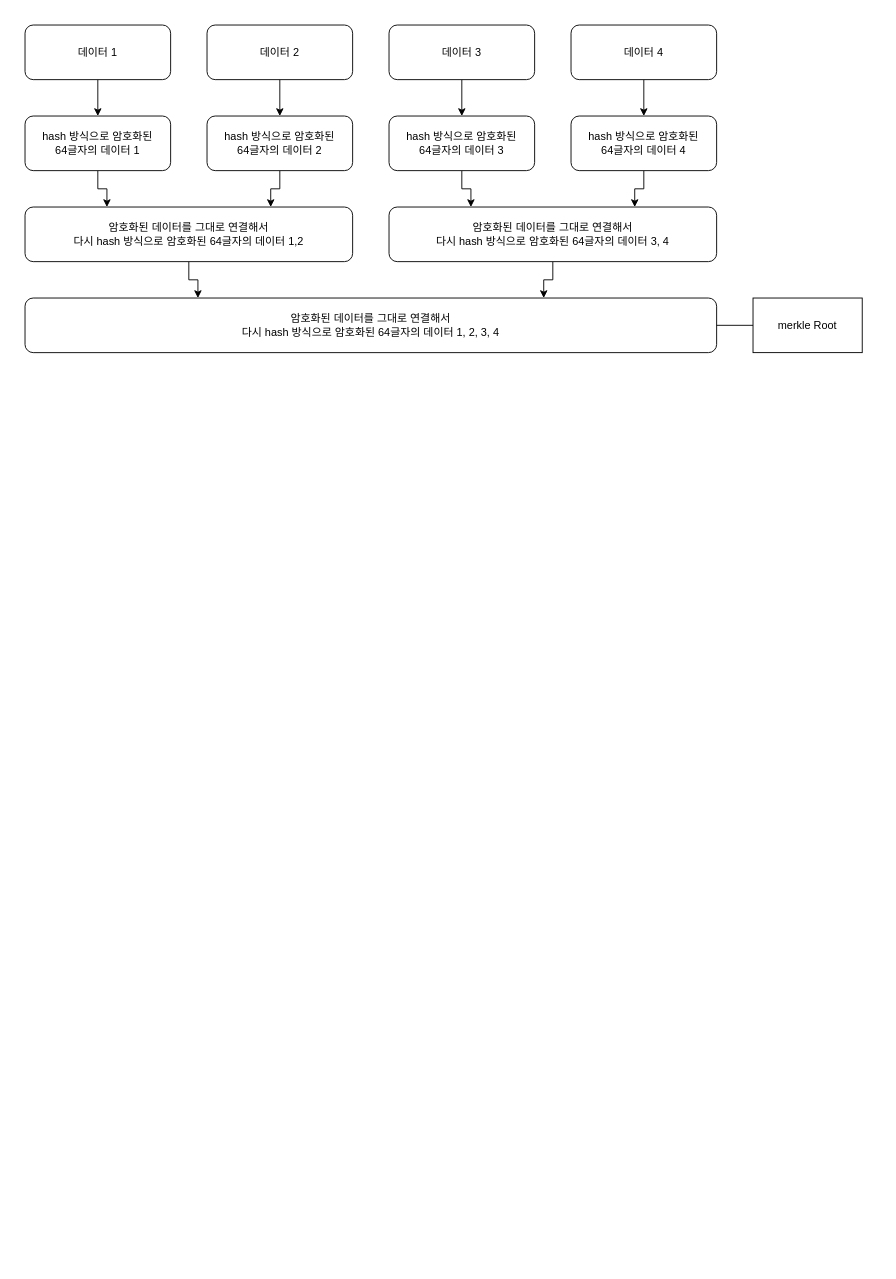
KyungHoonJ/blockchain7 keeps this draw.io diagram as New.No.058/merkle/merkle.drawio. Above is the earlier version. Source tidied: cells renumbered, new cells numbered last; positions are measured from the earlier drawing's top-left corner, leaving out a move shared by most shapes. Both pictures are drawn from the tidied source at 91%, with x=0, y=0 at pixel (25, 25).
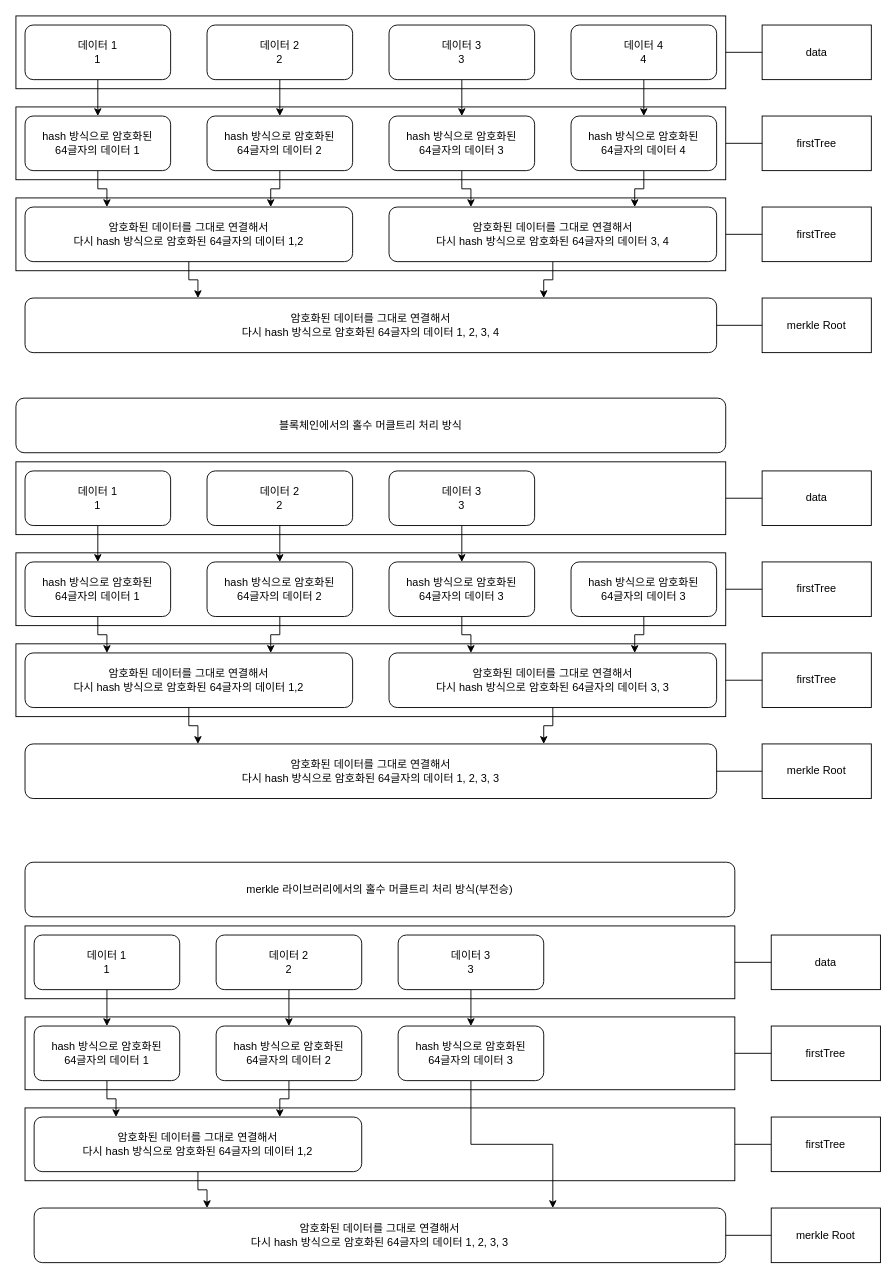
The same diagram, later.

Commit message (it also covers changes not shown here):
58일차 추가, merkle,jest

Diff of the diagram source:
```diff
@@
+    <mxCell id="25" style="rounded=0;whiteSpace=wrap;html=1;" parent="1" vertex="1">
+      <mxGeometry x="-10" y="190" width="780" height="80" as="geometry" />
+    </mxCell>
+    <mxCell id="26" style="rounded=0;whiteSpace=wrap;html=1;" parent="1" vertex="1">
+      <mxGeometry x="-10" y="90" width="780" height="80" as="geometry" />
+    </mxCell>
+    <mxCell id="27" style="rounded=0;whiteSpace=wrap;html=1;" parent="1" vertex="1">
+      <mxGeometry x="-10" y="-10" width="780" height="80" as="geometry" />
+    </mxCell>
@@
-    <mxCell id="3" value="데이터 1" style="rounded=1;whiteSpace=wrap;html=1;" parent="1" vertex="1">
+    <mxCell id="3" value="데이터 1&lt;br&gt;1" style="rounded=1;whiteSpace=wrap;html=1;" parent="1" vertex="1">
       <mxGeometry width="160" height="60" as="geometry" />
     </mxCell>
@@
-    <mxCell id="7" value="데이터 2" style="rounded=1;whiteSpace=wrap;html=1;" parent="1" vertex="1">
+    <mxCell id="7" value="데이터 2&lt;br&gt;2" style="rounded=1;whiteSpace=wrap;html=1;" parent="1" vertex="1">
       <mxGeometry x="200" width="160" height="60" as="geometry" />
     </mxCell>
@@
-    <mxCell id="13" value="데이터 3" style="rounded=1;whiteSpace=wrap;html=1;" parent="1" vertex="1">
+    <mxCell id="13" value="데이터 3&lt;br&gt;3" style="rounded=1;whiteSpace=wrap;html=1;" parent="1" vertex="1">
       <mxGeometry x="400" width="160" height="60" as="geometry" />
     </mxCell>
@@
-    <mxCell id="17" value="데이터 4" style="rounded=1;whiteSpace=wrap;html=1;" parent="1" vertex="1">
+    <mxCell id="17" value="데이터 4&lt;br&gt;4" style="rounded=1;whiteSpace=wrap;html=1;" parent="1" vertex="1">
       <mxGeometry x="600" width="160" height="60" as="geometry" />
     </mxCell>
@@
     <mxCell id="23" value="merkle Root" style="rounded=0;whiteSpace=wrap;html=1;" parent="1" vertex="1">
-      <mxGeometry x="800" y="300" width="120" height="60" as="geometry" />
+      <mxGeometry x="810" y="300" width="120" height="60" as="geometry" />
     </mxCell>
@@
+    <mxCell id="28" value="data" style="rounded=0;whiteSpace=wrap;html=1;" parent="1" vertex="1">
+      <mxGeometry x="810" width="120" height="60" as="geometry" />
+    </mxCell>
+    <mxCell id="29" style="endArrow=none;html=1;rounded=0;entryX=0;entryY=0.5;entryDx=0;entryDy=0;exitX=1;exitY=0.5;exitDx=0;exitDy=0;" parent="1" edge="1" source="27" target="28">
+      <mxGeometry relative="1" as="geometry" />
+    </mxCell>
+    <mxCell id="30" value="firstTree" style="rounded=0;whiteSpace=wrap;html=1;" parent="1" vertex="1">
+      <mxGeometry x="810" y="100" width="120" height="60" as="geometry" />
+    </mxCell>
+    <mxCell id="31" style="endArrow=none;html=1;rounded=0;entryX=0;entryY=0.5;entryDx=0;entryDy=0;exitX=1;exitY=0.5;exitDx=0;exitDy=0;" parent="1" edge="1" source="26" target="30">
+      <mxGeometry relative="1" as="geometry" />
+    </mxCell>
+    <mxCell id="32" value="firstTree" style="rounded=0;whiteSpace=wrap;html=1;" parent="1" vertex="1">
+      <mxGeometry x="810" y="200" width="120" height="60" as="geometry" />
+    </mxCell>
+    <mxCell id="33" style="endArrow=none;html=1;rounded=0;entryX=0;entryY=0.5;entryDx=0;entryDy=0;exitX=1;exitY=0.5;exitDx=0;exitDy=0;" parent="1" edge="1" source="25" target="32">
+      <mxGeometry relative="1" as="geometry" />
+    </mxCell>
+    <mxCell id="34" style="rounded=0;whiteSpace=wrap;html=1;" parent="1" vertex="1">
+      <mxGeometry x="-10" y="680" width="780" height="80" as="geometry" />
+    </mxCell>
+    <mxCell id="35" style="rounded=0;whiteSpace=wrap;html=1;" parent="1" vertex="1">
+      <mxGeometry x="-10" y="580" width="780" height="80" as="geometry" />
+    </mxCell>
+    <mxCell id="36" style="rounded=0;whiteSpace=wrap;html=1;" parent="1" vertex="1">
+      <mxGeometry x="-10" y="480" width="780" height="80" as="geometry" />
+    </mxCell>
+    <mxCell id="37" style="edgeStyle=orthogonalEdgeStyle;rounded=0;jettySize=auto;html=1;exitX=0.5;exitY=1;exitDx=0;exitDy=0;entryX=0.5;entryY=0;entryDx=0;entryDy=0;" parent="1" edge="1" source="38" target="40">
+      <mxGeometry relative="1" as="geometry" />
+    </mxCell>
+    <mxCell id="38" value="데이터 1&lt;br&gt;1" style="rounded=1;whiteSpace=wrap;html=1;" parent="1" vertex="1">
+      <mxGeometry y="490" width="160" height="60" as="geometry" />
+    </mxCell>
+    <mxCell id="39" style="edgeStyle=orthogonalEdgeStyle;rounded=0;jettySize=auto;html=1;exitX=0.5;exitY=1;exitDx=0;exitDy=0;entryX=0.25;entryY=0;entryDx=0;entryDy=0;" parent="1" edge="1" source="40" target="46">
+      <mxGeometry relative="1" as="geometry" />
+    </mxCell>
+    <mxCell id="40" value="hash 방식으로 암호화된&lt;br&gt;64글자의 데이터 1" style="rounded=1;whiteSpace=wrap;html=1;" parent="1" vertex="1">
+      <mxGeometry y="590" width="160" height="60" as="geometry" />
+    </mxCell>
+    <mxCell id="41" style="edgeStyle=orthogonalEdgeStyle;rounded=0;jettySize=auto;html=1;exitX=0.5;exitY=1;exitDx=0;exitDy=0;entryX=0.5;entryY=0;entryDx=0;entryDy=0;" parent="1" edge="1" source="42" target="44">
+      <mxGeometry relative="1" as="geometry" />
+    </mxCell>
+    <mxCell id="42" value="데이터 2&lt;br&gt;2" style="rounded=1;whiteSpace=wrap;html=1;" parent="1" vertex="1">
+      <mxGeometry x="200" y="490" width="160" height="60" as="geometry" />
+    </mxCell>
+    <mxCell id="43" style="edgeStyle=orthogonalEdgeStyle;rounded=0;jettySize=auto;html=1;exitX=0.5;exitY=1;exitDx=0;exitDy=0;entryX=0.75;entryY=0;entryDx=0;entryDy=0;" parent="1" edge="1" source="44" target="46">
+      <mxGeometry relative="1" as="geometry" />
+    </mxCell>
+    <mxCell id="44" value="hash 방식으로 암호화된&lt;br&gt;64글자의 데이터 2" style="rounded=1;whiteSpace=wrap;html=1;" parent="1" vertex="1">
+      <mxGeometry x="200" y="590" width="160" height="60" as="geometry" />
+    </mxCell>
+    <mxCell id="45" style="edgeStyle=orthogonalEdgeStyle;rounded=0;jettySize=auto;html=1;exitX=0.5;exitY=1;exitDx=0;exitDy=0;entryX=0.25;entryY=0;entryDx=0;entryDy=0;" parent="1" edge="1" source="46" target="51">
+      <mxGeometry relative="1" as="geometry" />
+    </mxCell>
+    <mxCell id="46" value="암호화된 데이터를 그대로 연결해서&lt;br&gt;다시 hash 방식으로 암호화된 64글자의 데이터 1,2" style="rounded=1;whiteSpace=wrap;html=1;" parent="1" vertex="1">
+      <mxGeometry y="690" width="360" height="60" as="geometry" />
+    </mxCell>
+    <mxCell id="47" style="edgeStyle=orthogonalEdgeStyle;rounded=0;jettySize=auto;html=1;exitX=0.5;exitY=1;exitDx=0;exitDy=0;entryX=0.5;entryY=0;entryDx=0;entryDy=0;" parent="1" edge="1" source="48" target="50">
+      <mxGeometry relative="1" as="geometry" />
+    </mxCell>
+    <mxCell id="48" value="데이터 3&lt;br&gt;3" style="rounded=1;whiteSpace=wrap;html=1;" parent="1" vertex="1">
+      <mxGeometry x="400" y="490" width="160" height="60" as="geometry" />
+    </mxCell>
+    <mxCell id="49" style="edgeStyle=orthogonalEdgeStyle;rounded=0;jettySize=auto;html=1;exitX=0.5;exitY=1;exitDx=0;exitDy=0;entryX=0.25;entryY=0;entryDx=0;entryDy=0;" parent="1" edge="1" source="50" target="63">
+      <mxGeometry relative="1" as="geometry" />
+    </mxCell>
+    <mxCell id="50" value="hash 방식으로 암호화된&lt;br&gt;64글자의 데이터 3" style="rounded=1;whiteSpace=wrap;html=1;" parent="1" vertex="1">
+      <mxGeometry x="400" y="590" width="160" height="60" as="geometry" />
+    </mxCell>
+    <mxCell id="51" value="암호화된 데이터를 그대로 연결해서&lt;br&gt;다시 hash 방식으로 암호화된 64글자의 데이터 1, 2, 3, 3" style="rounded=1;whiteSpace=wrap;html=1;" parent="1" vertex="1">
+      <mxGeometry y="790" width="760" height="60" as="geometry" />
+    </mxCell>
+    <mxCell id="52" value="merkle Root" style="rounded=0;whiteSpace=wrap;html=1;" parent="1" vertex="1">
+      <mxGeometry x="810" y="790" width="120" height="60" as="geometry" />
+    </mxCell>
+    <mxCell id="53" style="endArrow=none;html=1;rounded=0;entryX=0;entryY=0.5;entryDx=0;entryDy=0;exitX=1;exitY=0.5;exitDx=0;exitDy=0;" parent="1" edge="1" source="51" target="52">
+      <mxGeometry relative="1" as="geometry" />
+    </mxCell>
+    <mxCell id="54" value="data" style="rounded=0;whiteSpace=wrap;html=1;" parent="1" vertex="1">
+      <mxGeometry x="810" y="490" width="120" height="60" as="geometry" />
+    </mxCell>
+    <mxCell id="55" style="endArrow=none;html=1;rounded=0;entryX=0;entryY=0.5;entryDx=0;entryDy=0;exitX=1;exitY=0.5;exitDx=0;exitDy=0;" parent="1" edge="1" source="36" target="54">
+      <mxGeometry relative="1" as="geometry" />
+    </mxCell>
+    <mxCell id="56" value="firstTree" style="rounded=0;whiteSpace=wrap;html=1;" parent="1" vertex="1">
+      <mxGeometry x="810" y="590" width="120" height="60" as="geometry" />
+    </mxCell>
+    <mxCell id="57" style="endArrow=none;html=1;rounded=0;entryX=0;entryY=0.5;entryDx=0;entryDy=0;exitX=1;exitY=0.5;exitDx=0;exitDy=0;" parent="1" edge="1" source="35" target="56">
+      <mxGeometry relative="1" as="geometry" />
+    </mxCell>
+    <mxCell id="58" value="firstTree" style="rounded=0;whiteSpace=wrap;html=1;" parent="1" vertex="1">
+      <mxGeometry x="810" y="690" width="120" height="60" as="geometry" />
+    </mxCell>
+    <mxCell id="59" style="endArrow=none;html=1;rounded=0;entryX=0;entryY=0.5;entryDx=0;entryDy=0;exitX=1;exitY=0.5;exitDx=0;exitDy=0;" parent="1" edge="1" source="34" target="58">
+      <mxGeometry relative="1" as="geometry" />
+    </mxCell>
+    <mxCell id="60" style="edgeStyle=orthogonalEdgeStyle;rounded=0;jettySize=auto;html=1;exitX=0.5;exitY=1;exitDx=0;exitDy=0;entryX=0.75;entryY=0;entryDx=0;entryDy=0;" parent="1" edge="1" source="61" target="63">
+      <mxGeometry relative="1" as="geometry" />
+    </mxCell>
+    <mxCell id="61" value="hash 방식으로 암호화된&lt;br&gt;64글자의 데이터 3" style="rounded=1;whiteSpace=wrap;html=1;" parent="1" vertex="1">
+      <mxGeometry x="600" y="590" width="160" height="60" as="geometry" />
+    </mxCell>
+    <mxCell id="62" style="edgeStyle=orthogonalEdgeStyle;rounded=0;jettySize=auto;html=1;exitX=0.5;exitY=1;exitDx=0;exitDy=0;entryX=0.75;entryY=0;entryDx=0;entryDy=0;" parent="1" edge="1" source="63" target="51">
+      <mxGeometry relative="1" as="geometry" />
+    </mxCell>
+    <mxCell id="63" value="암호화된 데이터를 그대로 연결해서&lt;br&gt;다시 hash 방식으로 암호화된 64글자의 데이터 3, 3" style="rounded=1;whiteSpace=wrap;html=1;" parent="1" vertex="1">
+      <mxGeometry x="400" y="690" width="360" height="60" as="geometry" />
+    </mxCell>
+    <mxCell id="64" value="블록체인에서의 홀수 머클트리 처리 방식" style="rounded=1;whiteSpace=wrap;html=1;" parent="1" vertex="1">
+      <mxGeometry x="-10" y="410" width="780" height="60" as="geometry" />
+    </mxCell>
+    <mxCell id="65" style="rounded=0;whiteSpace=wrap;html=1;" parent="1" vertex="1">
+      <mxGeometry y="1190" width="780" height="80" as="geometry" />
+    </mxCell>
+    <mxCell id="66" style="rounded=0;whiteSpace=wrap;html=1;" parent="1" vertex="1">
+      <mxGeometry y="1090" width="780" height="80" as="geometry" />
+    </mxCell>
+    <mxCell id="67" style="rounded=0;whiteSpace=wrap;html=1;" parent="1" vertex="1">
+      <mxGeometry y="990" width="780" height="80" as="geometry" />
+    </mxCell>
+    <mxCell id="68" style="edgeStyle=orthogonalEdgeStyle;rounded=0;jettySize=auto;html=1;exitX=0.5;exitY=1;exitDx=0;exitDy=0;entryX=0.5;entryY=0;entryDx=0;entryDy=0;" parent="1" edge="1" source="69" target="71">
+      <mxGeometry relative="1" as="geometry" />
+    </mxCell>
+    <mxCell id="69" value="데이터 1&lt;br&gt;1" style="rounded=1;whiteSpace=wrap;html=1;" parent="1" vertex="1">
+      <mxGeometry x="10" y="1000" width="160" height="60" as="geometry" />
+    </mxCell>
+    <mxCell id="70" style="edgeStyle=orthogonalEdgeStyle;rounded=0;jettySize=auto;html=1;exitX=0.5;exitY=1;exitDx=0;exitDy=0;entryX=0.25;entryY=0;entryDx=0;entryDy=0;" parent="1" edge="1" source="71" target="77">
+      <mxGeometry relative="1" as="geometry" />
+    </mxCell>
+    <mxCell id="71" value="hash 방식으로 암호화된&lt;br&gt;64글자의 데이터 1" style="rounded=1;whiteSpace=wrap;html=1;" parent="1" vertex="1">
+      <mxGeometry x="10" y="1100" width="160" height="60" as="geometry" />
+    </mxCell>
+    <mxCell id="72" style="edgeStyle=orthogonalEdgeStyle;rounded=0;jettySize=auto;html=1;exitX=0.5;exitY=1;exitDx=0;exitDy=0;entryX=0.5;entryY=0;entryDx=0;entryDy=0;" parent="1" edge="1" source="73" target="75">
+      <mxGeometry relative="1" as="geometry" />
+    </mxCell>
+    <mxCell id="73" value="데이터 2&lt;br&gt;2" style="rounded=1;whiteSpace=wrap;html=1;" parent="1" vertex="1">
+      <mxGeometry x="210" y="1000" width="160" height="60" as="geometry" />
+    </mxCell>
+    <mxCell id="74" style="edgeStyle=orthogonalEdgeStyle;rounded=0;jettySize=auto;html=1;exitX=0.5;exitY=1;exitDx=0;exitDy=0;entryX=0.75;entryY=0;entryDx=0;entryDy=0;" parent="1" edge="1" source="75" target="77">
+      <mxGeometry relative="1" as="geometry" />
+    </mxCell>
+    <mxCell id="75" value="hash 방식으로 암호화된&lt;br&gt;64글자의 데이터 2" style="rounded=1;whiteSpace=wrap;html=1;" parent="1" vertex="1">
+      <mxGeometry x="210" y="1100" width="160" height="60" as="geometry" />
+    </mxCell>
+    <mxCell id="76" style="edgeStyle=orthogonalEdgeStyle;rounded=0;jettySize=auto;html=1;exitX=0.5;exitY=1;exitDx=0;exitDy=0;entryX=0.25;entryY=0;entryDx=0;entryDy=0;" parent="1" edge="1" source="77" target="82">
+      <mxGeometry relative="1" as="geometry" />
+    </mxCell>
+    <mxCell id="77" value="암호화된 데이터를 그대로 연결해서&lt;br&gt;다시 hash 방식으로 암호화된 64글자의 데이터 1,2" style="rounded=1;whiteSpace=wrap;html=1;" parent="1" vertex="1">
+      <mxGeometry x="10" y="1200" width="360" height="60" as="geometry" />
+    </mxCell>
+    <mxCell id="78" style="edgeStyle=orthogonalEdgeStyle;rounded=0;jettySize=auto;html=1;exitX=0.5;exitY=1;exitDx=0;exitDy=0;entryX=0.5;entryY=0;entryDx=0;entryDy=0;" parent="1" edge="1" source="79" target="81">
+      <mxGeometry relative="1" as="geometry" />
+    </mxCell>
+    <mxCell id="79" value="데이터 3&lt;br&gt;3" style="rounded=1;whiteSpace=wrap;html=1;" parent="1" vertex="1">
+      <mxGeometry x="410" y="1000" width="160" height="60" as="geometry" />
+    </mxCell>
+    <mxCell id="80" style="edgeStyle=orthogonalEdgeStyle;rounded=0;jettySize=auto;html=1;exitX=0.5;exitY=1;exitDx=0;exitDy=0;entryX=0.75;entryY=0;entryDx=0;entryDy=0;" parent="1" edge="1" source="81" target="82">
+      <mxGeometry relative="1" as="geometry" />
+    </mxCell>
+    <mxCell id="81" value="hash 방식으로 암호화된&lt;br&gt;64글자의 데이터 3" style="rounded=1;whiteSpace=wrap;html=1;" parent="1" vertex="1">
+      <mxGeometry x="410" y="1100" width="160" height="60" as="geometry" />
+    </mxCell>
+    <mxCell id="82" value="암호화된 데이터를 그대로 연결해서&lt;br&gt;다시 hash 방식으로 암호화된 64글자의 데이터 1, 2, 3, 3" style="rounded=1;whiteSpace=wrap;html=1;" parent="1" vertex="1">
+      <mxGeometry x="10" y="1300" width="760" height="60" as="geometry" />
+    </mxCell>
+    <mxCell id="83" value="merkle Root" style="rounded=0;whiteSpace=wrap;html=1;" parent="1" vertex="1">
+      <mxGeometry x="820" y="1300" width="120" height="60" as="geometry" />
+    </mxCell>
+    <mxCell id="84" style="endArrow=none;html=1;rounded=0;entryX=0;entryY=0.5;entryDx=0;entryDy=0;exitX=1;exitY=0.5;exitDx=0;exitDy=0;" parent="1" edge="1" source="82" target="83">
+      <mxGeometry relative="1" as="geometry" />
+    </mxCell>
+    <mxCell id="85" value="data" style="rounded=0;whiteSpace=wrap;html=1;" parent="1" vertex="1">
+      <mxGeometry x="820" y="1000" width="120" height="60" as="geometry" />
+    </mxCell>
+    <mxCell id="86" style="endArrow=none;html=1;rounded=0;entryX=0;entryY=0.5;entryDx=0;entryDy=0;exitX=1;exitY=0.5;exitDx=0;exitDy=0;" parent="1" edge="1" source="67" target="85">
+      <mxGeometry relative="1" as="geometry" />
+    </mxCell>
+    <mxCell id="87" value="firstTree" style="rounded=0;whiteSpace=wrap;html=1;" parent="1" vertex="1">
+      <mxGeometry x="820" y="1100" width="120" height="60" as="geometry" />
+    </mxCell>
+    <mxCell id="88" style="endArrow=none;html=1;rounded=0;entryX=0;entryY=0.5;entryDx=0;entryDy=0;exitX=1;exitY=0.5;exitDx=0;exitDy=0;" parent="1" edge="1" source="66" target="87">
+      <mxGeometry relative="1" as="geometry" />
+    </mxCell>
+    <mxCell id="89" value="firstTree" style="rounded=0;whiteSpace=wrap;html=1;" parent="1" vertex="1">
+      <mxGeometry x="820" y="1200" width="120" height="60" as="geometry" />
+    </mxCell>
+    <mxCell id="90" style="endArrow=none;html=1;rounded=0;entryX=0;entryY=0.5;entryDx=0;entryDy=0;exitX=1;exitY=0.5;exitDx=0;exitDy=0;" parent="1" edge="1" source="65" target="89">
+      <mxGeometry relative="1" as="geometry" />
+    </mxCell>
+    <mxCell id="91" value="merkle 라이브러리에서의 홀수 머클트리 처리 방식(부전승)" style="rounded=1;whiteSpace=wrap;html=1;" parent="1" vertex="1">
+      <mxGeometry y="920" width="780" height="60" as="geometry" />
+    </mxCell>
```
